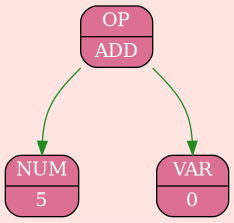
Above: TreeLog/pict_0.png in Shishkin-Vasiliy/Differentiator.Ai (Graphviz), before the change. Its source is kept beside it as TreeLog/pict_0.dot. Source of this version:
```dot
digraph {
bgcolor="#FFE4E1";
rankdir=TB;
nodesep=0.8;
ranksep=0.9;
node_0x504000000010 [shape=Mrecord; style=filled; fillcolor="#DB7093"; fontcolor="#FFFFFF";
       label="  { OP | ADD }"];
{ rank=source; node_0x504000000010 };
node_0x504000000050 [shape=Mrecord; style=filled; fillcolor="#DB7093"; fontcolor="#FFFFFF";
       label="  { NUM | 5 }"];
{ rank=sink; node_0x504000000050 };
edge [color="#FFFFFF"];
node_0x504000000010:sw -> node_0x504000000050:n [color="#228B22"]
;node_0x504000000090 [shape=Mrecord; style=filled; fillcolor="#DB7093"; fontcolor="#FFFFFF";
       label="  { VAR | 0 }"];
{ rank=sink; node_0x504000000090 };
edge [color="#FFFFFF"];
node_0x504000000010:se -> node_0x504000000090:n [color="#228B22"]
;}
```
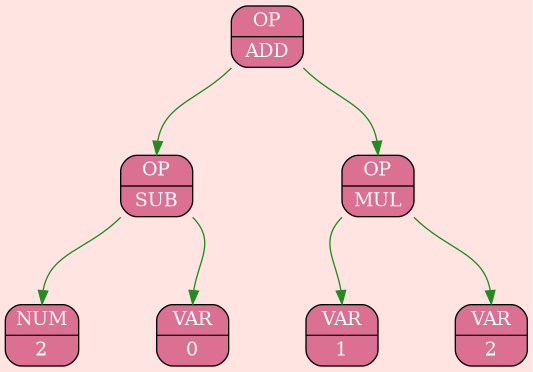
After the commit.

What changed in the source:
```diff
@@ -7,13 +7,31 @@
        label="  { OP | ADD }"];
 { rank=source; node_0x504000000010 };
 node_0x504000000050 [shape=Mrecord; style=filled; fillcolor="#DB7093"; fontcolor="#FFFFFF";
-       label="  { NUM | 5 }"];
-{ rank=sink; node_0x504000000050 };
-edge [color="#FFFFFF"];
-node_0x504000000010:sw -> node_0x504000000050:n [color="#228B22"]
-;node_0x504000000090 [shape=Mrecord; style=filled; fillcolor="#DB7093"; fontcolor="#FFFFFF";
-       label="  { VAR | 0 }"];
+       label="  { OP | SUB }"];
+node_0x504000000090 [shape=Mrecord; style=filled; fillcolor="#DB7093"; fontcolor="#FFFFFF";
+       label="  { NUM | 2 }"];
 { rank=sink; node_0x504000000090 };
 edge [color="#FFFFFF"];
-node_0x504000000010:se -> node_0x504000000090:n [color="#228B22"]
+node_0x504000000050:sw -> node_0x504000000090:n [color="#228B22"]
+;node_0x5040000000d0 [shape=Mrecord; style=filled; fillcolor="#DB7093"; fontcolor="#FFFFFF";
+       label="  { VAR | 0 }"];
+{ rank=sink; node_0x5040000000d0 };
+edge [color="#FFFFFF"];
+node_0x504000000050:se -> node_0x5040000000d0:n [color="#228B22"]
+;edge [color="#FFFFFF"];
+node_0x504000000010:sw -> node_0x504000000050:n [color="#228B22"]
+;node_0x504000000110 [shape=Mrecord; style=filled; fillcolor="#DB7093"; fontcolor="#FFFFFF";
+       label="  { OP | MUL }"];
+node_0x504000000150 [shape=Mrecord; style=filled; fillcolor="#DB7093"; fontcolor="#FFFFFF";
+       label="  { VAR | 1 }"];
+{ rank=sink; node_0x504000000150 };
+edge [color="#FFFFFF"];
+node_0x504000000110:sw -> node_0x504000000150:n [color="#228B22"]
+;node_0x504000000190 [shape=Mrecord; style=filled; fillcolor="#DB7093"; fontcolor="#FFFFFF";
+       label="  { VAR | 2 }"];
+{ rank=sink; node_0x504000000190 };
+edge [color="#FFFFFF"];
+node_0x504000000110:se -> node_0x504000000190:n [color="#228B22"]
+;edge [color="#FFFFFF"];
+node_0x504000000010:se -> node_0x504000000110:n [color="#228B22"]
 ;}
```
